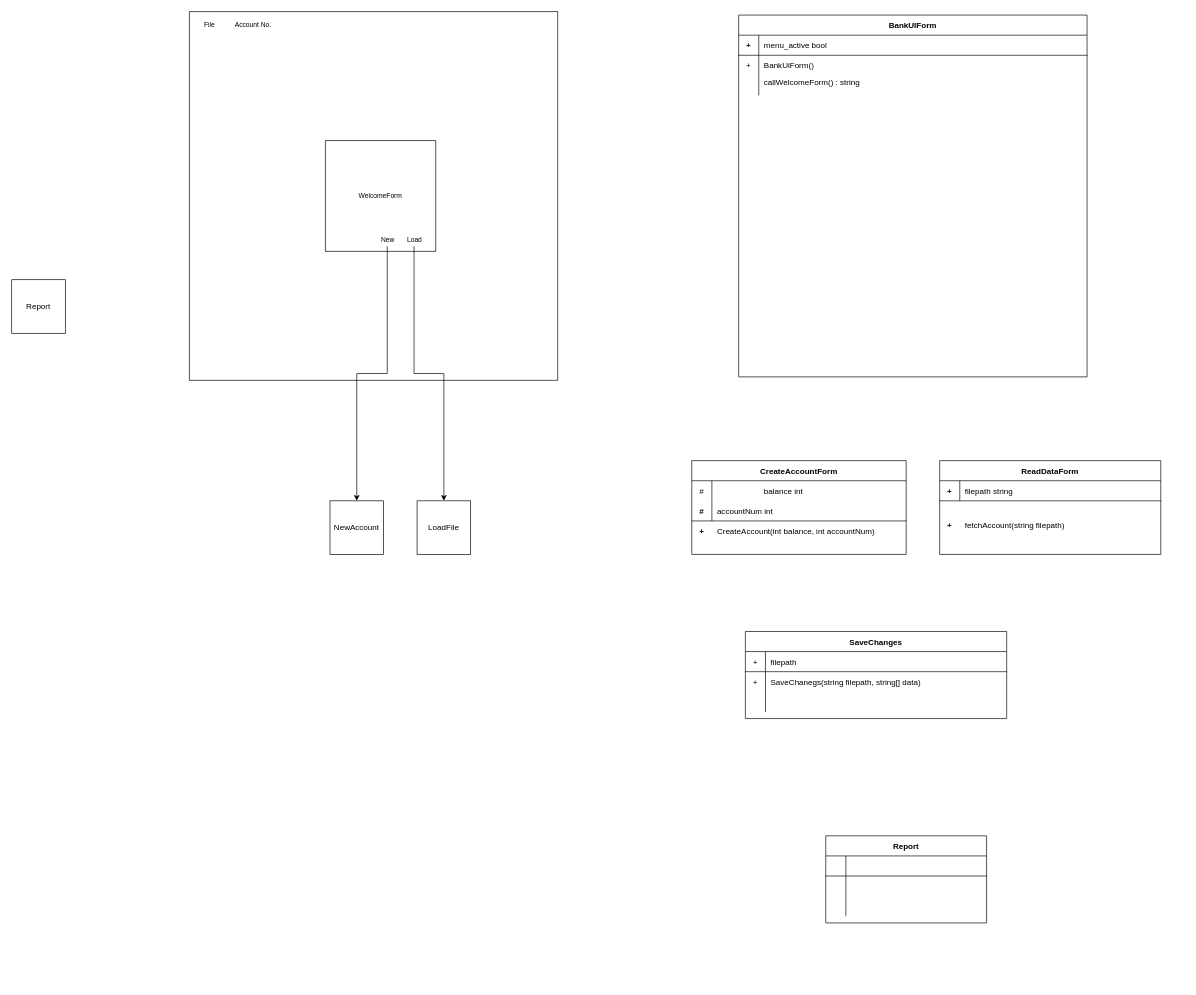
This is Week8.drawio from TheJollyLaMa/DrawIO, a draw.io file, before an edit. Source tidied: cells renumbered, new cells numbered last; positions are measured from the earlier drawing's top-left corner, leaving out a move shared by most shapes. Both pictures are drawn from the tidied source at 67%, with x=0, y=0 at pixel (11, 11).
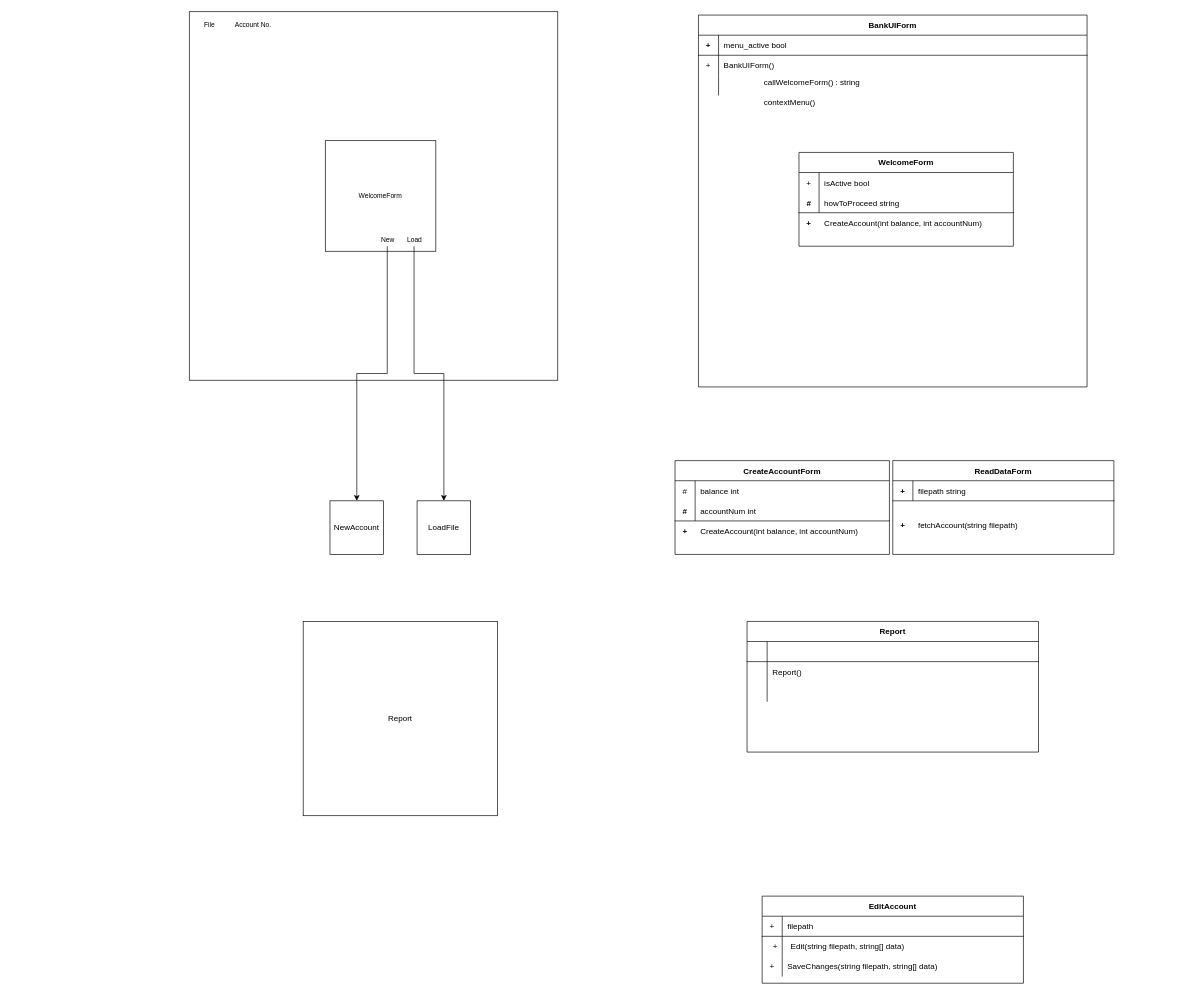
The same page after the edit.

What changed in the source:
```diff
@@
     <mxCell id="2" value="BankUIForm" style="shape=table;startSize=30;childLayout=tableLayout;rowLines=0;fontStyle=1;align=center;" parent="1" vertex="1">
-      <mxGeometry x="1085" y="5" width="520" height="540" as="geometry" />
+      <mxGeometry x="1025" y="5" width="580" height="555" as="geometry" />
     </mxCell>
     <mxCell id="3" style="shape=partialRectangle;fillColor=none;top=0;left=0;right=0;bottom=1;" parent="2" vertex="1">
-      <mxGeometry y="30" width="520" height="30" as="geometry" />
+      <mxGeometry y="30" width="580" height="30" as="geometry" />
     </mxCell>
@@
     <mxCell id="5" value="menu_active bool" style="shape=partialRectangle;overflow=hidden;fillColor=none;top=0;left=0;bottom=0;right=0;align=left;spacingLeft=6;fontStyle=0;" parent="3" vertex="1">
-      <mxGeometry x="30" width="490" height="30" as="geometry" />
+      <mxGeometry x="30" width="550" height="30" as="geometry" />
     </mxCell>
     <mxCell id="6" style="shape=partialRectangle;fillColor=none;top=0;left=0;right=0;bottom=0;" parent="2" vertex="1">
-      <mxGeometry y="60" width="520" height="30" as="geometry" />
+      <mxGeometry y="60" width="580" height="30" as="geometry" />
     </mxCell>
@@
-    <mxCell id="8" value="BankUiForm()" style="shape=partialRectangle;overflow=hidden;fillColor=none;top=0;left=0;bottom=0;right=0;align=left;spacingLeft=6;" parent="6" vertex="1">
-      <mxGeometry x="30" width="490" height="30" as="geometry" />
+    <mxCell id="8" value="BankUIForm()" style="shape=partialRectangle;overflow=hidden;fillColor=none;top=0;left=0;bottom=0;right=0;align=left;spacingLeft=6;" parent="6" vertex="1">
+      <mxGeometry x="30" width="550" height="30" as="geometry" />
     </mxCell>
     <mxCell id="9" style="shape=partialRectangle;fillColor=none;top=0;left=0;right=0;bottom=0;" parent="2" vertex="1">
-      <mxGeometry y="90" width="520" height="30" as="geometry" />
+      <mxGeometry y="90" width="580" height="30" as="geometry" />
     </mxCell>
@@
     <mxCell id="11" style="shape=partialRectangle;overflow=hidden;fillColor=none;top=0;left=0;bottom=0;right=0;align=left;spacingLeft=6;" parent="9" vertex="1">
-      <mxGeometry x="30" width="490" height="30" as="geometry" />
+      <mxGeometry x="30" width="550" height="30" as="geometry" />
     </mxCell>
-    <mxCell id="12" value="SaveChanges" style="shape=table;startSize=30;childLayout=tableLayout;rowLines=0;fontStyle=1;align=center;" parent="1" vertex="1">
-      <mxGeometry x="1095" y="925" width="390" height="130" as="geometry" />
+    <mxCell id="12" value="EditAccount" style="shape=table;startSize=30;childLayout=tableLayout;rowLines=0;fontStyle=1;align=center;" parent="1" vertex="1">
+      <mxGeometry x="1120" y="1320" width="390" height="130" as="geometry" />
     </mxCell>
@@
+    <mxCell id="19" style="shape=partialRectangle;fillColor=none;top=0;left=0;right=0;bottom=0;" parent="12" vertex="1">
+      <mxGeometry y="60" width="390" height="30" as="geometry" />
+    </mxCell>
+    <mxCell id="20" style="shape=partialRectangle;overflow=hidden;fillColor=none;top=0;left=0;bottom=0;right=0;" parent="19" vertex="1">
+      <mxGeometry width="30" height="30" as="geometry" />
+    </mxCell>
+    <mxCell id="21" style="shape=partialRectangle;overflow=hidden;fillColor=none;top=0;left=0;bottom=0;right=0;align=left;spacingLeft=6;" parent="19" vertex="1">
+      <mxGeometry x="30" width="360" height="30" as="geometry" />
+    </mxCell>
     <mxCell id="16" style="shape=partialRectangle;fillColor=none;top=0;left=0;right=0;bottom=0;" parent="12" vertex="1">
-      <mxGeometry y="60" width="390" height="30" as="geometry" />
+      <mxGeometry y="90" width="390" height="30" as="geometry" />
     </mxCell>
@@
-    <mxCell id="18" value="SaveChanegs(string filepath, string[] data)" style="shape=partialRectangle;overflow=hidden;fillColor=none;top=0;left=0;bottom=0;right=0;align=left;spacingLeft=6;" parent="16" vertex="1">
+    <mxCell id="18" value="SaveChanges(string filepath, string[] data)" style="shape=partialRectangle;overflow=hidden;fillColor=none;top=0;left=0;bottom=0;right=0;align=left;spacingLeft=6;" parent="16" vertex="1">
       <mxGeometry x="30" width="360" height="30" as="geometry" />
     </mxCell>
-    <mxCell id="19" style="shape=partialRectangle;fillColor=none;top=0;left=0;right=0;bottom=0;" parent="12" vertex="1">
-      <mxGeometry y="90" width="390" height="30" as="geometry" />
-    </mxCell>
-    <mxCell id="20" style="shape=partialRectangle;overflow=hidden;fillColor=none;top=0;left=0;bottom=0;right=0;" parent="19" vertex="1">
-      <mxGeometry width="30" height="30" as="geometry" />
-    </mxCell>
-    <mxCell id="21" style="shape=partialRectangle;overflow=hidden;fillColor=none;top=0;left=0;bottom=0;right=0;align=left;spacingLeft=6;" parent="19" vertex="1">
-      <mxGeometry x="30" width="360" height="30" as="geometry" />
-    </mxCell>
@@
     <mxCell id="26" value="Report" style="whiteSpace=wrap;html=1;" parent="1" vertex="1">
-      <mxGeometry y="400" width="80" height="80" as="geometry" />
+      <mxGeometry x="435" y="910" width="290" height="290" as="geometry" />
     </mxCell>
@@
-    <mxCell id="37" style="group;" parent="1" vertex="1">
-      <mxGeometry x="1085" y="670" width="250" height="140" as="geometry" />
-    </mxCell>
-    <mxCell id="38" value="CreateAccountForm" style="shape=table;startSize=30;childLayout=tableLayout;rowLines=0;fontStyle=1;align=center;" parent="37" vertex="1">
-      <mxGeometry x="-70" width="320" height="140" as="geometry" />
-    </mxCell>
-    <mxCell id="39" style="shape=partialRectangle;fillColor=none;top=0;left=0;right=0;bottom=0;" parent="38" vertex="1">
-      <mxGeometry y="30" width="320" height="30" as="geometry" />
-    </mxCell>
-    <mxCell id="40" value="#" style="shape=partialRectangle;overflow=hidden;fillColor=none;top=0;left=0;bottom=0;right=0;" parent="39" vertex="1">
-      <mxGeometry width="30" height="30" as="geometry" />
-    </mxCell>
-    <mxCell id="41" style="shape=partialRectangle;overflow=hidden;fillColor=none;top=0;left=0;bottom=0;right=0;align=left;spacingLeft=6;" parent="39" vertex="1">
-      <mxGeometry x="30" width="290" height="30" as="geometry" />
-    </mxCell>
-    <mxCell id="42" style="shape=partialRectangle;fillColor=none;top=0;left=0;right=0;bottom=1;" parent="38" vertex="1">
-      <mxGeometry y="60" width="320" height="30" as="geometry" />
-    </mxCell>
-    <mxCell id="43" value="#" style="shape=partialRectangle;overflow=hidden;fillColor=none;top=0;left=0;bottom=0;right=0;fontStyle=1;" parent="42" vertex="1">
-      <mxGeometry width="30" height="30" as="geometry" />
-    </mxCell>
-    <mxCell id="44" value="accountNum int" style="shape=partialRectangle;overflow=hidden;fillColor=none;top=0;left=0;bottom=0;right=0;align=left;spacingLeft=6;fontStyle=0;" parent="42" vertex="1">
-      <mxGeometry x="30" width="290" height="30" as="geometry" />
-    </mxCell>
-    <mxCell id="45" value="balance int" style="shape=partialRectangle;overflow=hidden;fillColor=none;top=0;left=0;bottom=0;right=0;align=left;spacingLeft=6;fontStyle=0;" parent="37" vertex="1">
-      <mxGeometry x="30" y="30" width="220" height="30" as="geometry" />
-    </mxCell>
     <mxCell id="46" value="Report" style="shape=table;startSize=30;childLayout=tableLayout;rowLines=0;fontStyle=1;align=center;" parent="1" vertex="1">
-      <mxGeometry x="1215" y="1230" width="240" height="130" as="geometry" />
+      <mxGeometry x="1097.5" y="910" width="435" height="195" as="geometry" />
     </mxCell>
     <mxCell id="47" style="shape=partialRectangle;fillColor=none;top=0;left=0;right=0;bottom=1;" parent="46" vertex="1">
-      <mxGeometry y="30" width="240" height="30" as="geometry" />
+      <mxGeometry y="30" width="435" height="30" as="geometry" />
     </mxCell>
@@
     <mxCell id="49" style="shape=partialRectangle;overflow=hidden;fillColor=none;top=0;left=0;bottom=0;right=0;align=left;spacingLeft=6;fontStyle=5;" parent="47" vertex="1">
-      <mxGeometry x="30" width="210" height="30" as="geometry" />
+      <mxGeometry x="30" width="405" height="30" as="geometry" />
     </mxCell>
     <mxCell id="50" style="shape=partialRectangle;fillColor=none;top=0;left=0;right=0;bottom=0;" parent="46" vertex="1">
-      <mxGeometry y="60" width="240" height="30" as="geometry" />
+      <mxGeometry y="60" width="435" height="30" as="geometry" />
     </mxCell>
@@
-    <mxCell id="52" style="shape=partialRectangle;overflow=hidden;fillColor=none;top=0;left=0;bottom=0;right=0;align=left;spacingLeft=6;" parent="50" vertex="1">
-      <mxGeometry x="30" width="210" height="30" as="geometry" />
+    <mxCell id="52" value="Report()" style="shape=partialRectangle;overflow=hidden;fillColor=none;top=0;left=0;bottom=0;right=0;align=left;spacingLeft=6;" parent="50" vertex="1">
+      <mxGeometry x="30" width="405" height="30" as="geometry" />
     </mxCell>
     <mxCell id="53" style="shape=partialRectangle;fillColor=none;top=0;left=0;right=0;bottom=0;" parent="46" vertex="1">
-      <mxGeometry y="90" width="240" height="30" as="geometry" />
+      <mxGeometry y="90" width="435" height="30" as="geometry" />
     </mxCell>
@@
     <mxCell id="55" style="shape=partialRectangle;overflow=hidden;fillColor=none;top=0;left=0;bottom=0;right=0;align=left;spacingLeft=6;" parent="53" vertex="1">
-      <mxGeometry x="30" width="210" height="30" as="geometry" />
+      <mxGeometry x="30" width="405" height="30" as="geometry" />
     </mxCell>
-    <mxCell id="56" value="CreateAccount(int balance, int accountNum)" style="shape=partialRectangle;overflow=hidden;fillColor=none;top=0;left=0;bottom=0;right=0;align=left;spacingLeft=6;fontStyle=0;" parent="1" vertex="1">
-      <mxGeometry x="1045" y="760" width="280" height="30" as="geometry" />
-    </mxCell>
-    <mxCell id="57" value="+" style="shape=partialRectangle;overflow=hidden;fillColor=none;top=0;left=0;bottom=0;right=0;fontStyle=1;" parent="1" vertex="1">
-      <mxGeometry x="1015" y="760" width="30" height="30" as="geometry" />
-    </mxCell>
@@
     <mxCell id="59" style="group;" parent="1" vertex="1">
-      <mxGeometry x="1385" y="670" width="330" height="140" as="geometry" />
+      <mxGeometry x="1315" y="670" width="330" height="140" as="geometry" />
     </mxCell>
@@
+    <mxCell id="66" style="group;" parent="1" vertex="1">
+      <mxGeometry x="990" y="670" width="335" height="140" as="geometry" />
+    </mxCell>
+    <mxCell id="37" style="group;" parent="66" vertex="1">
+      <mxGeometry x="70" width="265" height="140" as="geometry" />
+    </mxCell>
+    <mxCell id="38" value="CreateAccountForm" style="shape=table;startSize=30;childLayout=tableLayout;rowLines=0;fontStyle=1;align=center;" parent="37" vertex="1">
+      <mxGeometry x="-70" width="320" height="140" as="geometry" />
+    </mxCell>
+    <mxCell id="39" style="shape=partialRectangle;fillColor=none;top=0;left=0;right=0;bottom=0;" parent="38" vertex="1">
+      <mxGeometry y="30" width="320" height="30" as="geometry" />
+    </mxCell>
+    <mxCell id="40" value="#" style="shape=partialRectangle;overflow=hidden;fillColor=none;top=0;left=0;bottom=0;right=0;" parent="39" vertex="1">
+      <mxGeometry width="30" height="30" as="geometry" />
+    </mxCell>
+    <mxCell id="41" style="shape=partialRectangle;overflow=hidden;fillColor=none;top=0;left=0;bottom=0;right=0;align=left;spacingLeft=6;" parent="39" vertex="1">
+      <mxGeometry x="30" width="290" height="30" as="geometry" />
+    </mxCell>
+    <mxCell id="42" style="shape=partialRectangle;fillColor=none;top=0;left=0;right=0;bottom=1;" parent="38" vertex="1">
+      <mxGeometry y="60" width="320" height="30" as="geometry" />
+    </mxCell>
+    <mxCell id="43" value="#" style="shape=partialRectangle;overflow=hidden;fillColor=none;top=0;left=0;bottom=0;right=0;fontStyle=1;" parent="42" vertex="1">
+      <mxGeometry width="30" height="30" as="geometry" />
+    </mxCell>
+    <mxCell id="44" value="accountNum int" style="shape=partialRectangle;overflow=hidden;fillColor=none;top=0;left=0;bottom=0;right=0;align=left;spacingLeft=6;fontStyle=0;" parent="42" vertex="1">
+      <mxGeometry x="30" width="290" height="30" as="geometry" />
+    </mxCell>
+    <mxCell id="67" style="group;" parent="37" vertex="1">
+      <mxGeometry x="-40" y="30" width="280" height="90" as="geometry" />
+    </mxCell>
+    <mxCell id="45" value="balance int" style="shape=partialRectangle;overflow=hidden;fillColor=none;top=0;left=0;bottom=0;right=0;align=left;spacingLeft=6;fontStyle=0;" parent="67" vertex="1">
+      <mxGeometry width="220" height="30" as="geometry" />
+    </mxCell>
+    <mxCell id="56" value="CreateAccount(int balance, int accountNum)" style="shape=partialRectangle;overflow=hidden;fillColor=none;top=0;left=0;bottom=0;right=0;align=left;spacingLeft=6;fontStyle=0;" parent="67" vertex="1">
+      <mxGeometry y="60" width="280" height="30" as="geometry" />
+    </mxCell>
+    <mxCell id="57" value="+" style="shape=partialRectangle;overflow=hidden;fillColor=none;top=0;left=0;bottom=0;right=0;fontStyle=1;" parent="66" vertex="1">
+      <mxGeometry y="90" width="30" height="30" as="geometry" />
+    </mxCell>
+    <mxCell id="68" style="group;" parent="1" vertex="1">
+      <mxGeometry x="1175" y="210" width="335" height="140" as="geometry" />
+    </mxCell>
+    <mxCell id="69" style="group;" parent="68" vertex="1">
+      <mxGeometry x="70" width="265" height="140" as="geometry" />
+    </mxCell>
+    <mxCell id="70" value="WelcomeForm" style="shape=table;startSize=30;childLayout=tableLayout;rowLines=0;fontStyle=1;align=center;" parent="69" vertex="1">
+      <mxGeometry x="-70" width="320" height="140" as="geometry" />
+    </mxCell>
+    <mxCell id="71" style="shape=partialRectangle;fillColor=none;top=0;left=0;right=0;bottom=0;" parent="70" vertex="1">
+      <mxGeometry y="30" width="320" height="30" as="geometry" />
+    </mxCell>
+    <mxCell id="72" value="+" style="shape=partialRectangle;overflow=hidden;fillColor=none;top=0;left=0;bottom=0;right=0;" parent="71" vertex="1">
+      <mxGeometry width="30" height="30" as="geometry" />
+    </mxCell>
+    <mxCell id="73" style="shape=partialRectangle;overflow=hidden;fillColor=none;top=0;left=0;bottom=0;right=0;align=left;spacingLeft=6;" parent="71" vertex="1">
+      <mxGeometry x="30" width="290" height="30" as="geometry" />
+    </mxCell>
+    <mxCell id="74" style="shape=partialRectangle;fillColor=none;top=0;left=0;right=0;bottom=1;" parent="70" vertex="1">
+      <mxGeometry y="60" width="320" height="30" as="geometry" />
+    </mxCell>
+    <mxCell id="75" value="#" style="shape=partialRectangle;overflow=hidden;fillColor=none;top=0;left=0;bottom=0;right=0;fontStyle=1;" parent="74" vertex="1">
+      <mxGeometry width="30" height="30" as="geometry" />
+    </mxCell>
+    <mxCell id="76" value="howToProceed string" style="shape=partialRectangle;overflow=hidden;fillColor=none;top=0;left=0;bottom=0;right=0;align=left;spacingLeft=6;fontStyle=0;" parent="74" vertex="1">
+      <mxGeometry x="30" width="290" height="30" as="geometry" />
+    </mxCell>
+    <mxCell id="77" style="group;" parent="69" vertex="1">
+      <mxGeometry x="-40" y="30" width="280" height="90" as="geometry" />
+    </mxCell>
+    <mxCell id="78" value="isActive bool" style="shape=partialRectangle;overflow=hidden;fillColor=none;top=0;left=0;bottom=0;right=0;align=left;spacingLeft=6;fontStyle=0;" parent="77" vertex="1">
+      <mxGeometry width="220" height="30" as="geometry" />
+    </mxCell>
+    <mxCell id="79" value="CreateAccount(int balance, int accountNum)" style="shape=partialRectangle;overflow=hidden;fillColor=none;top=0;left=0;bottom=0;right=0;align=left;spacingLeft=6;fontStyle=0;" parent="77" vertex="1">
+      <mxGeometry y="60" width="280" height="30" as="geometry" />
+    </mxCell>
+    <mxCell id="80" value="+" style="shape=partialRectangle;overflow=hidden;fillColor=none;top=0;left=0;bottom=0;right=0;fontStyle=1;" parent="68" vertex="1">
+      <mxGeometry y="90" width="30" height="30" as="geometry" />
+    </mxCell>
+    <mxCell id="81" value="contextMenu() " style="shape=partialRectangle;overflow=hidden;fillColor=none;top=0;left=0;bottom=0;right=0;align=left;spacingLeft=6;" parent="1" vertex="1">
+      <mxGeometry x="1115" y="120" width="210" height="30" as="geometry" />
+    </mxCell>
+    <mxCell id="82" style="shape=partialRectangle;fillColor=none;top=0;left=0;right=0;bottom=0;" parent="1" vertex="1">
+      <mxGeometry x="1125" y="1380" width="390" height="30" as="geometry" />
+    </mxCell>
+    <mxCell id="83" value="+" style="shape=partialRectangle;overflow=hidden;fillColor=none;top=0;left=0;bottom=0;right=0;" parent="82" vertex="1">
+      <mxGeometry width="30" height="30" as="geometry" />
+    </mxCell>
+    <mxCell id="84" value="Edit(string filepath, string[] data)" style="shape=partialRectangle;overflow=hidden;fillColor=none;top=0;left=0;bottom=0;right=0;align=left;spacingLeft=6;" parent="82" vertex="1">
+      <mxGeometry x="30" width="360" height="30" as="geometry" />
+    </mxCell>
```
